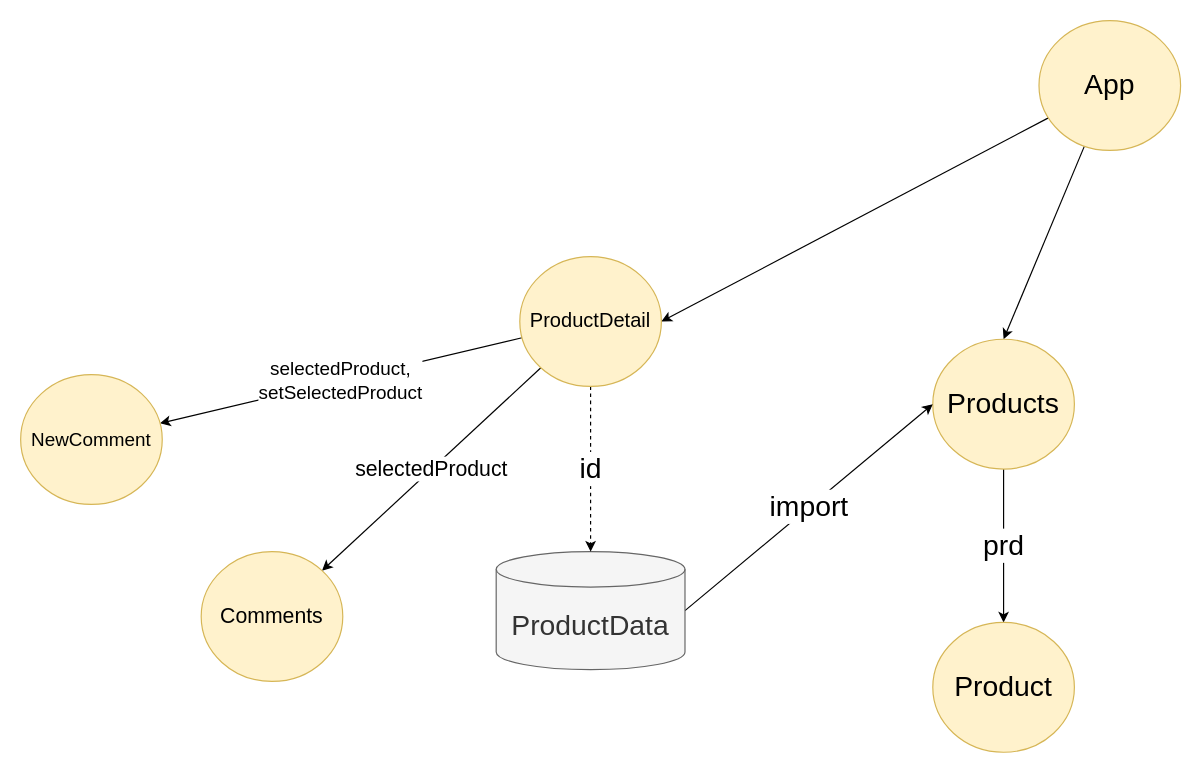
The draw.io diagram page "ProductApp" (2 of 2) of Drawings.drawio in zcomert/BTK-AI-based-Web-Apps, before the edit. Source tidied: cells renumbered, new cells numbered last; positions are measured from the earlier drawing's top-left corner, leaving out a move shared by most shapes. Both pictures are drawn from the tidied source at 118%, with x=0, y=0 at pixel (20, 20).
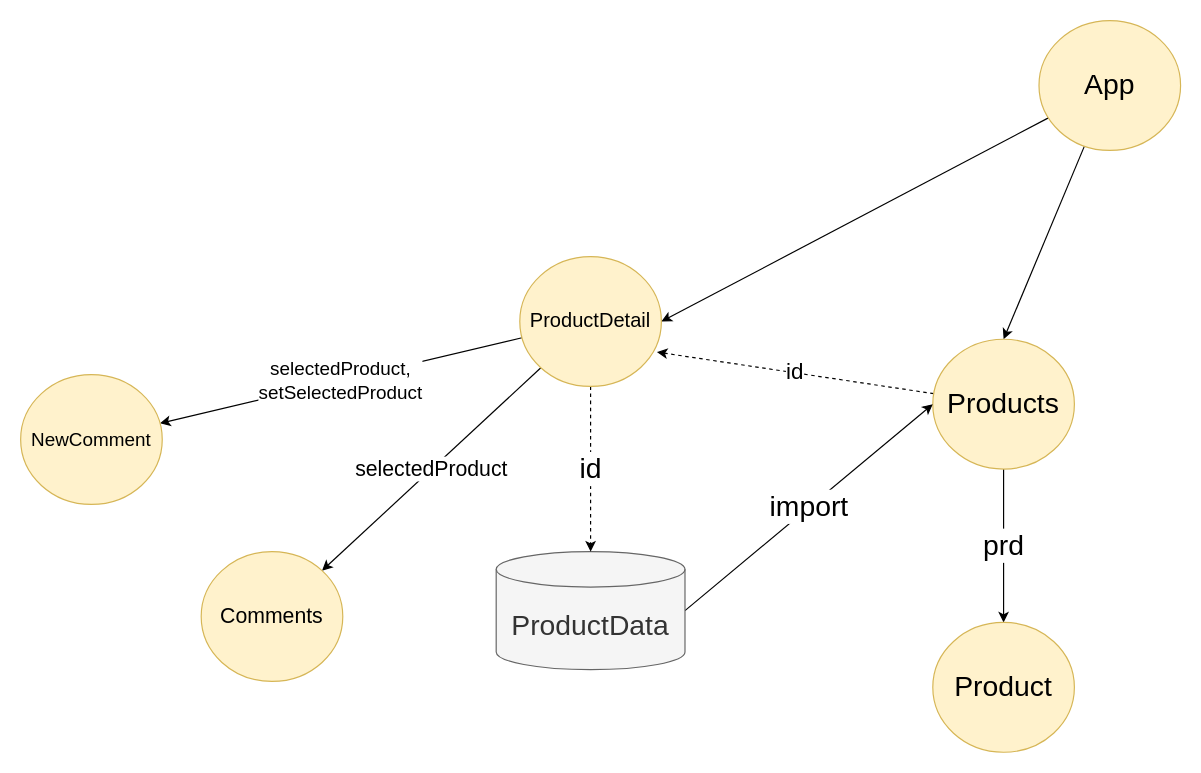
Above is the later version.

Diff of the diagram source:
```diff
@@
 <mxGraphModel>
   <root>
     <mxCell id="0" />
     <mxCell id="1" parent="0" />
     <mxCell id="2" style="rounded=0;jettySize=auto;html=1;entryX=0.5;entryY=0;entryDx=0;entryDy=0;fontSize=24;" parent="1" edge="1" source="4" target="6">
       <mxGeometry relative="1" as="geometry" />
     </mxCell>
     <mxCell id="3" style="edgeStyle=none;rounded=0;jettySize=auto;html=1;entryX=1;entryY=0.5;entryDx=0;entryDy=0;fontSize=17;" parent="1" edge="1" source="4" target="13">
       <mxGeometry relative="1" as="geometry" />
     </mxCell>
     <mxCell id="4" value="App" style="ellipse;whiteSpace=wrap;html=1;fontSize=24;fillColor=#fff2cc;strokeColor=#d6b656;" parent="1" vertex="1">
       <mxGeometry x="863" width="120" height="110" as="geometry" />
     </mxCell>
     <mxCell id="5" value="prd" style="edgeStyle=none;rounded=0;jettySize=auto;html=1;fontSize=24;" parent="1" edge="1" source="6" target="10">
       <mxGeometry relative="1" as="geometry" />
     </mxCell>
+    <mxCell id="16" value="id" style="rounded=0;jettySize=auto;html=1;entryX=0.968;entryY=0.735;entryDx=0;entryDy=0;entryPerimeter=0;fontSize=19;dashed=1;" parent="1" edge="1" source="6" target="13">
+      <mxGeometry relative="1" as="geometry" />
+    </mxCell>
     <mxCell id="6" value="Products" style="ellipse;whiteSpace=wrap;html=1;fontSize=24;fillColor=#fff2cc;strokeColor=#d6b656;" parent="1" vertex="1">
       <mxGeometry x="773" y="270" width="120" height="110" as="geometry" />
     </mxCell>
     <mxCell id="7" value="import" style="rounded=0;jettySize=auto;html=1;entryX=0;entryY=0.5;entryDx=0;entryDy=0;fontSize=24;exitX=1;exitY=0.5;exitDx=0;exitDy=0;exitPerimeter=0;" parent="1" edge="1" source="8" target="6">
       <mxGeometry relative="1" as="geometry" />
     </mxCell>
     <mxCell id="8" value="ProductData" style="shape=cylinder3;whiteSpace=wrap;html=1;boundedLbl=1;backgroundOutline=1;size=15;fontSize=24;fillColor=#f5f5f5;strokeColor=#666666;fontColor=#333333;" parent="1" vertex="1">
       <mxGeometry x="403" y="450" width="160" height="100" as="geometry" />
     </mxCell>
     <mxCell id="9" value="id" style="edgeStyle=none;rounded=0;jettySize=auto;html=1;fontSize=24;dashed=1;exitX=0.5;exitY=1;exitDx=0;exitDy=0;entryX=0.5;entryY=0;entryDx=0;entryDy=0;entryPerimeter=0;" parent="1" edge="1" source="13" target="8">
       <mxGeometry relative="1" as="geometry" />
     </mxCell>
     <mxCell id="10" value="Product" style="ellipse;whiteSpace=wrap;html=1;fontSize=24;fillColor=#fff2cc;strokeColor=#d6b656;" parent="1" vertex="1">
       <mxGeometry x="773" y="510" width="120" height="110" as="geometry" />
     </mxCell>
     <mxCell id="11" value="selectedProduct" style="edgeStyle=none;rounded=0;jettySize=auto;html=1;entryX=1;entryY=0;entryDx=0;entryDy=0;fontSize=18;" parent="1" edge="1" source="13" target="14">
       <mxGeometry relative="1" as="geometry" />
     </mxCell>
     <mxCell id="12" value="selectedProduct, &lt;br&gt;setSelectedProduct" style="rounded=0;jettySize=auto;html=1;fontSize=16;" parent="1" edge="1" source="13" target="15">
       <mxGeometry relative="1" as="geometry" />
     </mxCell>
     <mxCell id="13" value="ProductDetail" style="ellipse;whiteSpace=wrap;html=1;fontSize=17;fillColor=#fff2cc;strokeColor=#d6b656;" parent="1" vertex="1">
       <mxGeometry x="423" y="200" width="120" height="110" as="geometry" />
     </mxCell>
     <mxCell id="14" value="Comments" style="ellipse;whiteSpace=wrap;html=1;fontSize=18;fillColor=#fff2cc;strokeColor=#d6b656;" parent="1" vertex="1">
       <mxGeometry x="153" y="450" width="120" height="110" as="geometry" />
     </mxCell>
     <mxCell id="15" value="NewComment" style="ellipse;whiteSpace=wrap;html=1;fontSize=16;fillColor=#fff2cc;strokeColor=#d6b656;" parent="1" vertex="1">
       <mxGeometry y="300" width="120" height="110" as="geometry" />
     </mxCell>
   </root>
 </mxGraphModel>
```
